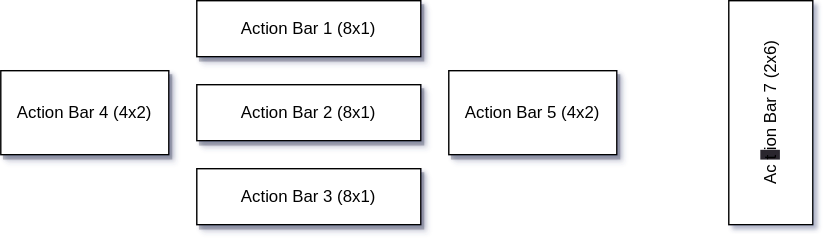
Above: images/wow_keybinding_actionbar_layout.drawio.svg in ktkr3d/ktkr3d.github.io (draw.io), before the change. Source tidied: cells renumbered, new cells last; positions are measured from the earlier drawing's top-left corner, leaving out a move shared by most shapes.
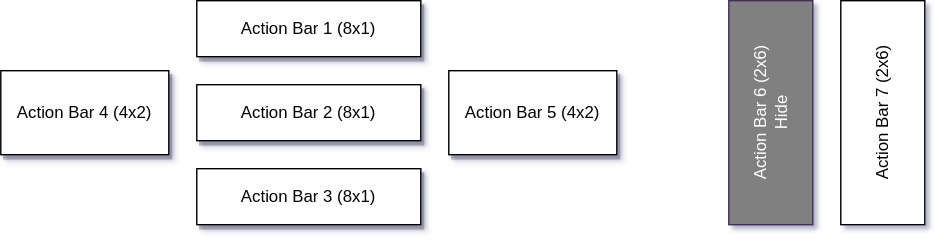
After the commit.

Diff of the diagram source:
```diff
@@ -17,8 +17,11 @@
     <mxCell id="6" value="Action Bar 5 (4x2)" style="rounded=0;whiteSpace=wrap;html=1;shadow=1;" parent="1" vertex="1">
       <mxGeometry x="320" y="50" width="120" height="60" as="geometry" />
     </mxCell>
-    <mxCell id="7" value="Ac&lt;span style=&quot;background-color: rgb(42, 37, 47);&quot;&gt;t&lt;/span&gt;ion Bar 7 (2x6)" style="rounded=0;whiteSpace=wrap;html=1;rotation=-90;" parent="1" vertex="1">
+    <mxCell id="7" value="Action&amp;nbsp;Bar 6 (2x6)&lt;br&gt;Hide" style="rounded=0;whiteSpace=wrap;html=1;rotation=-90;fillColor=#808080;fontColor=#ffffff;strokeColor=#432D57;" parent="1" vertex="1">
       <mxGeometry x="470" y="50" width="160" height="60" as="geometry" />
     </mxCell>
+    <mxCell id="8" value="Action&amp;nbsp;Bar 7 (2x6)" style="rounded=0;whiteSpace=wrap;html=1;rotation=-90;" parent="1" vertex="1">
+      <mxGeometry x="550" y="50" width="160" height="60" as="geometry" />
+    </mxCell>
   </root>
 </mxGraphModel>
```
